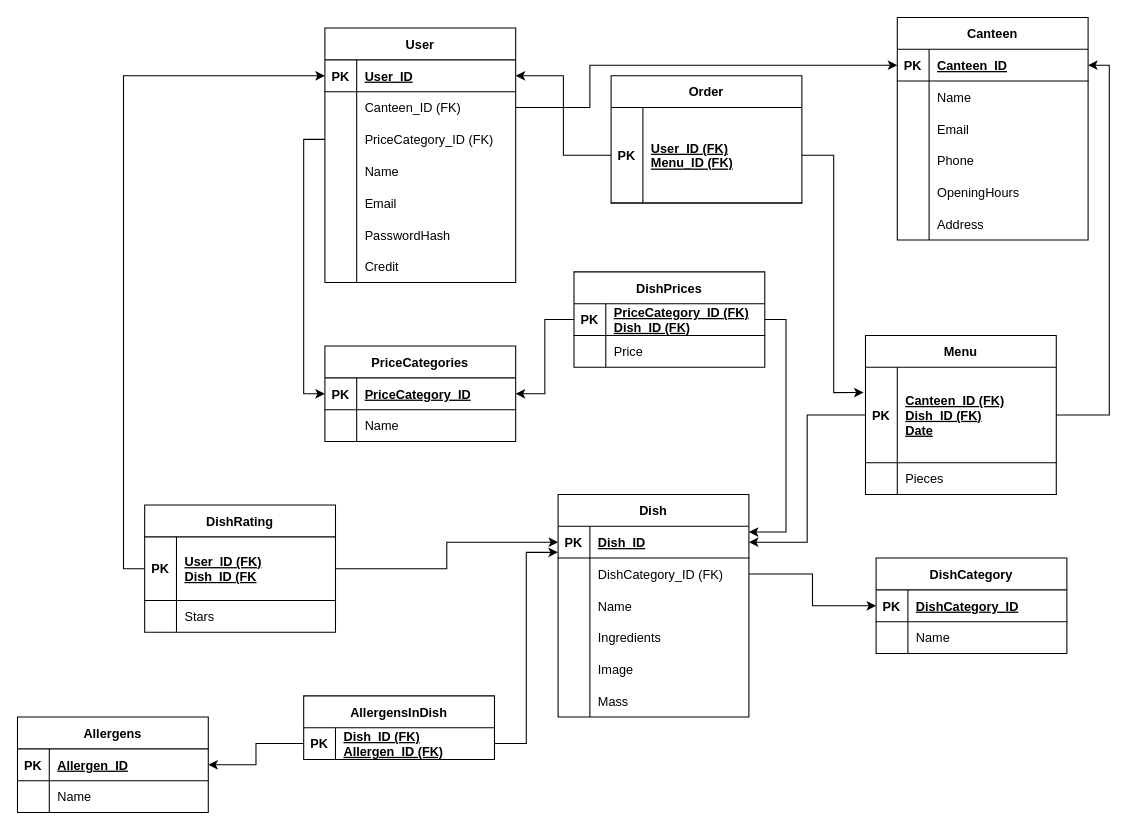
Above: backend/schema_databaze.drawio in MarekHavel/ITU (draw.io), before the change. Source tidied: cells renumbered, new cells numbered last; positions are measured from the earlier drawing's top-left corner, leaving out a move shared by most shapes. Both pictures are drawn from the tidied source at 106%, with x=0, y=0 at pixel (17, 17).
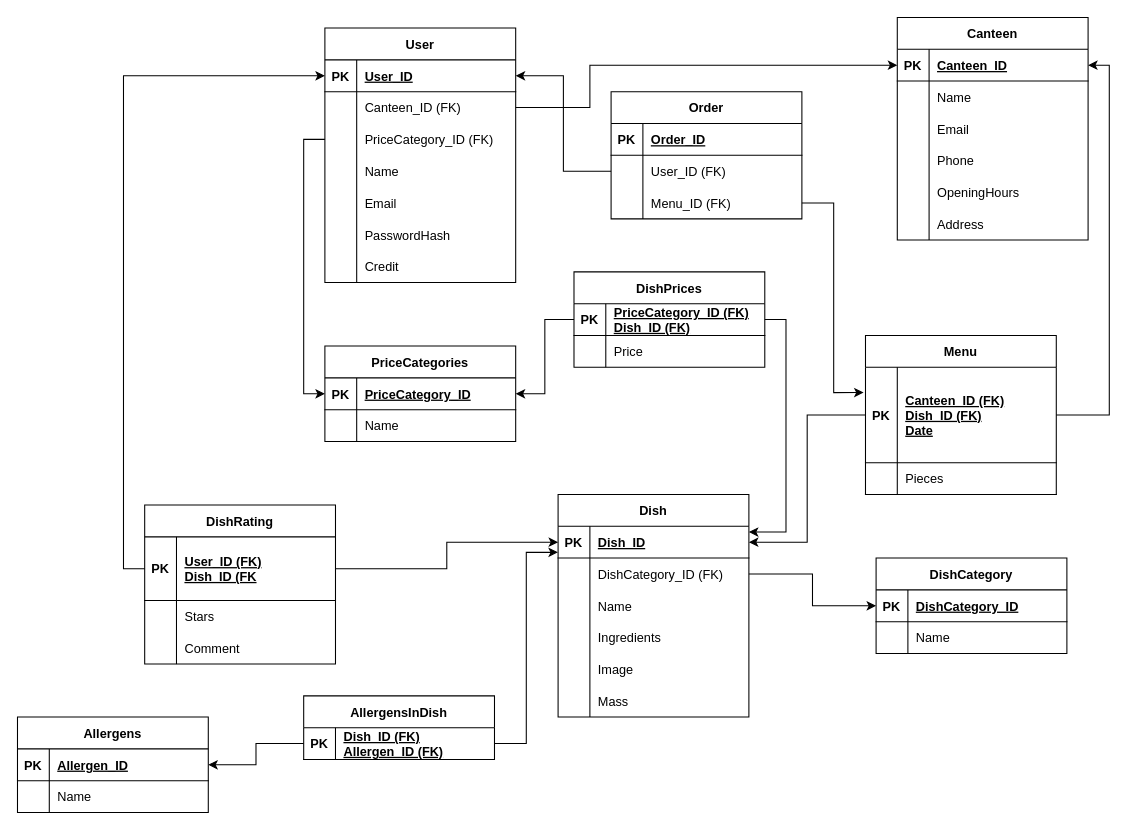
Above is the later version.

Unchanged cells that the change refers to:
```xml
<mxCell id="3" style="shape=tableRow;horizontal=0;startSize=0;swimlaneHead=0;swimlaneBody=0;fillColor=none;points=[[0,0.5],[1,0.5]];portConstraint=eastwest;top=0;left=0;right=0;bottom=1;" parent="2" vertex="1">
  <mxGeometry y="30" width="180" height="30" as="geometry" />
</mxCell>
<mxCell id="73" style="shape=tableRow;horizontal=0;startSize=0;swimlaneHead=0;swimlaneBody=0;fillColor=none;points=[[0,0.5],[1,0.5]];portConstraint=eastwest;top=0;left=0;right=0;bottom=1;" parent="72" vertex="1">
  <mxGeometry y="30" width="180" height="90" as="geometry" />
</mxCell>
```

Diff of the diagram source:
```diff
@@
     <mxCell id="62" value="DishRating" style="shape=table;startSize=30;childLayout=tableLayout;rowLines=0;fontStyle=1;align=center;" parent="1" vertex="1">
-      <mxGeometry x="120" y="460" width="180" height="120" as="geometry" />
+      <mxGeometry x="120" y="460" width="180" height="150" as="geometry" />
     </mxCell>
@@
+    <mxCell id="126" style="shape=tableRow;horizontal=0;startSize=0;swimlaneHead=0;swimlaneBody=0;fillColor=none;top=0;left=0;right=0;bottom=0;" parent="62" vertex="1">
+      <mxGeometry y="120" width="180" height="30" as="geometry" />
+    </mxCell>
+    <mxCell id="127" style="shape=partialRectangle;fillColor=none;top=0;left=0;bottom=0;right=0;overflow=hidden;" parent="126" vertex="1">
+      <mxGeometry width="30" height="30" as="geometry" />
+    </mxCell>
+    <mxCell id="128" value="Comment" style="shape=partialRectangle;fillColor=none;top=0;left=0;bottom=0;right=0;align=left;spacingLeft=6;overflow=hidden;" parent="126" vertex="1">
+      <mxGeometry x="30" width="150" height="30" as="geometry" />
+    </mxCell>
@@
-    <mxCell id="81" value="Order" style="shape=table;startSize=30;childLayout=tableLayout;rowLines=0;fontStyle=1;align=center;" parent="1" vertex="1">
-      <mxGeometry x="560" y="55" width="180" height="120" as="geometry" />
-    </mxCell>
-    <mxCell id="82" style="shape=tableRow;horizontal=0;startSize=0;swimlaneHead=0;swimlaneBody=0;fillColor=none;points=[[0,0.5],[1,0.5]];portConstraint=eastwest;top=0;left=0;right=0;bottom=1;" parent="81" vertex="1">
-      <mxGeometry y="30" width="180" height="90" as="geometry" />
-    </mxCell>
-    <mxCell id="83" value="PK" style="shape=partialRectangle;fillColor=none;top=0;left=0;bottom=0;right=0;fontStyle=1;overflow=hidden;" parent="82" vertex="1">
-      <mxGeometry width="30" height="90" as="geometry" />
-    </mxCell>
-    <mxCell id="84" value="User_ID (FK)&#10;Menu_ID (FK)" style="shape=partialRectangle;fillColor=none;top=0;left=0;bottom=0;right=0;align=left;spacingLeft=6;fontStyle=5;overflow=hidden;spacingTop=0;spacing=2;spacingBottom=0;" parent="82" vertex="1">
-      <mxGeometry x="30" width="150" height="90" as="geometry" />
-    </mxCell>
-    <mxCell id="85" style="edgeStyle=orthogonalEdgeStyle;rounded=0;jettySize=auto;html=1;" parent="1" edge="1" source="82" target="3">
+    <mxCell id="85" style="edgeStyle=orthogonalEdgeStyle;rounded=0;jettySize=auto;html=1;exitX=0;exitY=0.5;exitDx=0;exitDy=0;" parent="1" edge="1" source="131" target="3">
       <mxGeometry relative="1" as="geometry" />
     </mxCell>
-    <mxCell id="86" style="edgeStyle=orthogonalEdgeStyle;rounded=0;jettySize=auto;html=1;exitX=1;exitY=0.5;exitDx=0;exitDy=0;entryX=-0.01;entryY=0.265;entryDx=0;entryDy=0;entryPerimeter=0;" parent="1" edge="1" source="82" target="73">
+    <mxCell id="86" style="edgeStyle=orthogonalEdgeStyle;rounded=0;jettySize=auto;html=1;entryX=-0.01;entryY=0.265;entryDx=0;entryDy=0;entryPerimeter=0;exitX=1;exitY=0.5;exitDx=0;exitDy=0;" parent="1" edge="1" source="134" target="73">
       <mxGeometry relative="1" as="geometry" />
     </mxCell>
@@
+    <mxCell id="81" value="Order" style="shape=table;startSize=30;childLayout=tableLayout;rowLines=0;fontStyle=1;align=center;" parent="1" vertex="1">
+      <mxGeometry x="560" y="70" width="180" height="120" as="geometry" />
+    </mxCell>
+    <mxCell id="129" style="shape=tableRow;horizontal=0;startSize=0;swimlaneHead=0;swimlaneBody=0;fillColor=none;top=0;left=0;right=0;bottom=1;" parent="81" vertex="1">
+      <mxGeometry y="30" width="180" height="30" as="geometry" />
+    </mxCell>
+    <mxCell id="83" value="PK" style="shape=partialRectangle;fillColor=none;top=0;left=0;bottom=0;right=0;fontStyle=1;overflow=hidden;" parent="129" vertex="1">
+      <mxGeometry width="30" height="30" as="geometry" />
+    </mxCell>
+    <mxCell id="130" value="Order_ID" style="shape=partialRectangle;fillColor=none;top=0;left=0;bottom=0;right=0;align=left;spacingLeft=6;fontStyle=5;overflow=hidden;" parent="129" vertex="1">
+      <mxGeometry x="30" width="150" height="30" as="geometry" />
+    </mxCell>
+    <mxCell id="131" style="shape=tableRow;horizontal=0;startSize=0;swimlaneHead=0;swimlaneBody=0;fillColor=none;points=[[0,0.5],[1,0.5]];portConstraint=eastwest;top=0;left=0;right=0;bottom=0;" parent="81" vertex="1">
+      <mxGeometry y="60" width="180" height="30" as="geometry" />
+    </mxCell>
+    <mxCell id="132" style="shape=partialRectangle;fillColor=none;top=0;left=0;bottom=0;right=0;overflow=hidden;" parent="131" vertex="1">
+      <mxGeometry width="30" height="30" as="geometry" />
+    </mxCell>
+    <mxCell id="133" value="User_ID (FK)" style="shape=partialRectangle;fillColor=none;top=0;left=0;bottom=0;right=0;align=left;spacingLeft=6;overflow=hidden;" parent="131" vertex="1">
+      <mxGeometry x="30" width="150" height="30" as="geometry" />
+    </mxCell>
+    <mxCell id="134" style="shape=tableRow;horizontal=0;startSize=0;swimlaneHead=0;swimlaneBody=0;fillColor=none;points=[[0,0.5],[1,0.5]];portConstraint=eastwest;top=0;left=0;right=0;bottom=0;" parent="81" vertex="1">
+      <mxGeometry y="90" width="180" height="30" as="geometry" />
+    </mxCell>
+    <mxCell id="135" style="shape=partialRectangle;fillColor=none;top=0;left=0;bottom=0;right=0;overflow=hidden;" parent="134" vertex="1">
+      <mxGeometry width="30" height="30" as="geometry" />
+    </mxCell>
+    <mxCell id="136" value="Menu_ID (FK)" style="shape=partialRectangle;fillColor=none;top=0;left=0;bottom=0;right=0;align=left;spacingLeft=6;overflow=hidden;" parent="134" vertex="1">
+      <mxGeometry x="30" width="150" height="30" as="geometry" />
+    </mxCell>
```
